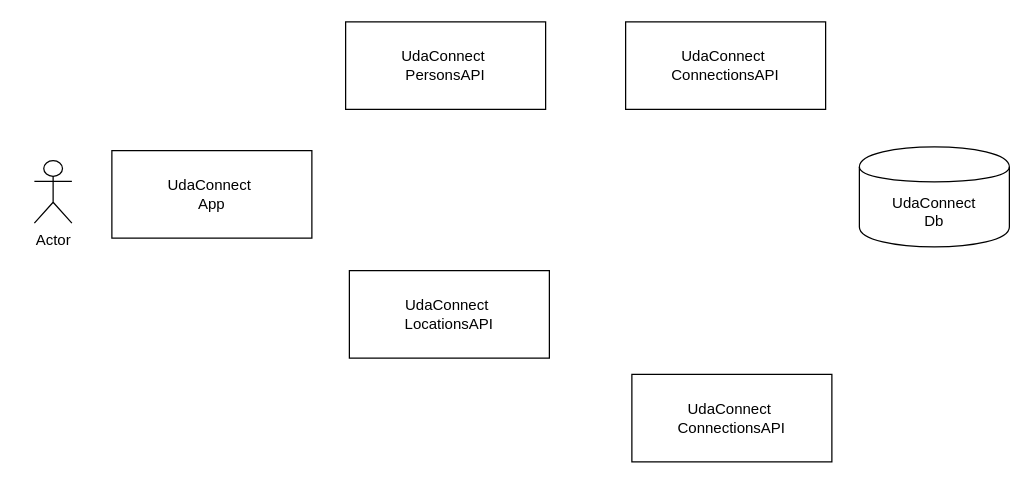
The draw.io diagram docs/architecture_design.drawio in NohaSalah/nd064-c2-message-passing-projects-starter, before the edit. Source tidied: cells renumbered, new cells numbered last; positions are measured from the earlier drawing's top-left corner, leaving out a move shared by most shapes. Both pictures are drawn from the tidied source at 125%, with x=0, y=0 at pixel (34, 21).
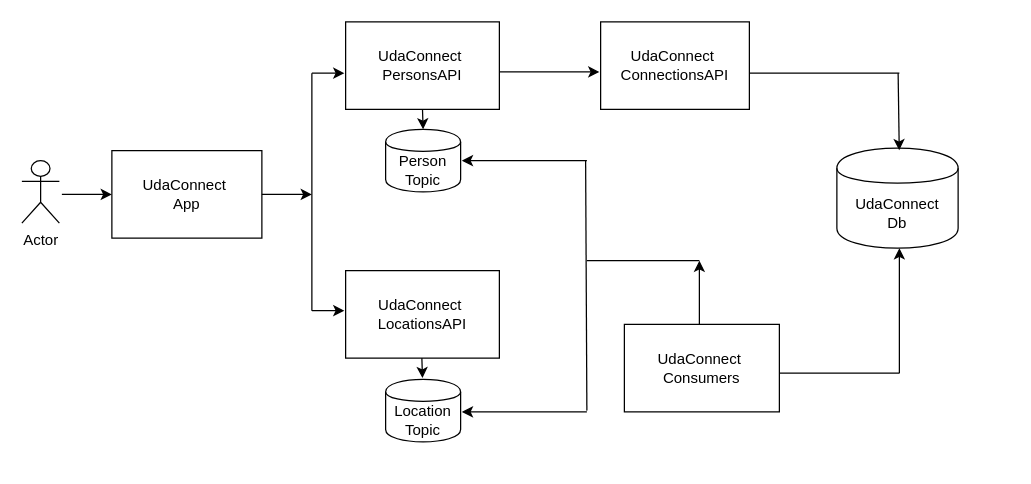
After the change.

Commit message:
arch design final

What changed in the source:
```diff
@@
     <mxCell id="2" value="Actor" style="shape=umlActor;verticalLabelPosition=bottom;verticalAlign=top;html=1;" parent="1" vertex="1">
-      <mxGeometry y="111" width="30" height="50" as="geometry" />
+      <mxGeometry x="-10" y="111" width="30" height="50" as="geometry" />
     </mxCell>
     <mxCell id="3" value="UdaConnect&amp;nbsp;&lt;br&gt;PersonsAPI" style="whiteSpace=wrap;html=1;" parent="1" vertex="1">
-      <mxGeometry x="249" width="160" height="70" as="geometry" />
+      <mxGeometry x="249" width="123" height="70" as="geometry" />
     </mxCell>
     <mxCell id="4" value="UdaConnect&amp;nbsp;&lt;br&gt;LocationsAPI" style="whiteSpace=wrap;html=1;" parent="1" vertex="1">
-      <mxGeometry x="252" y="199" width="160" height="70" as="geometry" />
+      <mxGeometry x="249" y="199" width="123" height="70" as="geometry" />
     </mxCell>
     <mxCell id="5" value="UdaConnect&amp;nbsp;&lt;br&gt;ConnectionsAPI" style="whiteSpace=wrap;html=1;" parent="1" vertex="1">
-      <mxGeometry x="473" width="160" height="70" as="geometry" />
+      <mxGeometry x="453" width="119" height="70" as="geometry" />
     </mxCell>
     <mxCell id="6" value="UdaConnect&amp;nbsp;&lt;br&gt;App" style="whiteSpace=wrap;html=1;" parent="1" vertex="1">
-      <mxGeometry x="62" y="103" width="160" height="70" as="geometry" />
+      <mxGeometry x="62" y="103" width="120" height="70" as="geometry" />
     </mxCell>
     <mxCell id="7" value="UdaConnect&lt;br&gt;Db" style="shape=cylinder;whiteSpace=wrap;html=1;boundedLbl=1;backgroundOutline=1;" parent="1" vertex="1">
-      <mxGeometry x="660" y="100" width="120" height="80" as="geometry" />
+      <mxGeometry x="642" y="101" width="97" height="80" as="geometry" />
     </mxCell>
-    <mxCell id="8" value="UdaConnect&amp;nbsp;&lt;br&gt;ConnectionsAPI" style="whiteSpace=wrap;html=1;" parent="1" vertex="1">
-      <mxGeometry x="478" y="282" width="160" height="70" as="geometry" />
+    <mxCell id="8" value="UdaConnect&amp;nbsp;&lt;br&gt;Consumers" style="whiteSpace=wrap;html=1;" parent="1" vertex="1">
+      <mxGeometry x="472" y="242" width="124" height="70" as="geometry" />
     </mxCell>
+    <mxCell id="9" style="endArrow=classic;html=1;exitX=1;exitY=0.5;exitDx=0;exitDy=0;" parent="1" edge="1" source="6">
+      <mxGeometry relative="1" as="geometry">
+        <mxPoint x="222" y="138" as="targetPoint" />
+      </mxGeometry>
+    </mxCell>
+    <mxCell id="10" style="endArrow=none;html=1;" parent="1" edge="1">
+      <mxGeometry relative="1" as="geometry">
+        <mxPoint x="222" y="231" as="sourcePoint" />
+        <mxPoint x="222" y="41" as="targetPoint" />
+      </mxGeometry>
+    </mxCell>
+    <mxCell id="11" style="endArrow=classic;html=1;" parent="1" edge="1">
+      <mxGeometry relative="1" as="geometry">
+        <mxPoint x="222" y="41" as="sourcePoint" />
+        <mxPoint x="248" y="41" as="targetPoint" />
+      </mxGeometry>
+    </mxCell>
+    <mxCell id="12" style="endArrow=classic;html=1;" parent="1" edge="1">
+      <mxGeometry relative="1" as="geometry">
+        <mxPoint x="222" y="231" as="sourcePoint" />
+        <mxPoint x="248" y="231" as="targetPoint" />
+      </mxGeometry>
+    </mxCell>
+    <mxCell id="13" style="endArrow=classic;html=1;exitX=1;exitY=0.5;exitDx=0;exitDy=0;" parent="1" edge="1">
+      <mxGeometry relative="1" as="geometry">
+        <mxPoint x="22" y="138" as="sourcePoint" />
+        <mxPoint x="62" y="138" as="targetPoint" />
+      </mxGeometry>
+    </mxCell>
+    <mxCell id="14" style="endArrow=classic;html=1;exitX=1;exitY=0.5;exitDx=0;exitDy=0;" parent="1" edge="1">
+      <mxGeometry relative="1" as="geometry">
+        <mxPoint x="372" y="40" as="sourcePoint" />
+        <mxPoint x="452" y="40" as="targetPoint" />
+      </mxGeometry>
+    </mxCell>
+    <mxCell id="15" style="endArrow=classic;html=1;entryX=0.449;entryY=0.021;entryDx=0;entryDy=0;entryPerimeter=0;" parent="1" edge="1">
+      <mxGeometry relative="1" as="geometry">
+        <mxPoint x="691" y="41" as="sourcePoint" />
+        <mxPoint x="691.9" y="102.7" as="targetPoint" />
+      </mxGeometry>
+    </mxCell>
+    <mxCell id="16" style="endArrow=none;html=1;" parent="1" edge="1">
+      <mxGeometry relative="1" as="geometry">
+        <mxPoint x="572" y="41" as="sourcePoint" />
+        <mxPoint x="692" y="41" as="targetPoint" />
+      </mxGeometry>
+    </mxCell>
+    <mxCell id="17" style="endArrow=none;html=1;" parent="1" edge="1">
+      <mxGeometry relative="1" as="geometry">
+        <mxPoint x="596" y="281" as="sourcePoint" />
+        <mxPoint x="692" y="281" as="targetPoint" />
+      </mxGeometry>
+    </mxCell>
+    <mxCell id="18" style="endArrow=classic;html=1;" parent="1" edge="1">
+      <mxGeometry relative="1" as="geometry">
+        <mxPoint x="692" y="281" as="sourcePoint" />
+        <mxPoint x="692" y="181" as="targetPoint" />
+      </mxGeometry>
+    </mxCell>
+    <mxCell id="19" value="Person&lt;br&gt;Topic" style="shape=cylinder;whiteSpace=wrap;html=1;boundedLbl=1;backgroundOutline=1;" parent="1" vertex="1">
+      <mxGeometry x="281" y="86" width="60" height="50" as="geometry" />
+    </mxCell>
+    <mxCell id="20" value="Location&lt;br&gt;Topic" style="shape=cylinder;whiteSpace=wrap;html=1;boundedLbl=1;backgroundOutline=1;" parent="1" vertex="1">
+      <mxGeometry x="281" y="286" width="60" height="50" as="geometry" />
+    </mxCell>
+    <mxCell id="21" style="endArrow=classic;html=1;entryX=0.5;entryY=0;entryDx=0;entryDy=0;" parent="1" edge="1" target="19">
+      <mxGeometry relative="1" as="geometry">
+        <mxPoint x="310.5" y="70" as="sourcePoint" />
+      </mxGeometry>
+    </mxCell>
+    <mxCell id="22" style="endArrow=classic;html=1;entryX=0.5;entryY=0;entryDx=0;entryDy=0;" parent="1" edge="1">
+      <mxGeometry relative="1" as="geometry">
+        <mxPoint x="310" y="269" as="sourcePoint" />
+        <mxPoint x="310.5" y="285" as="targetPoint" />
+      </mxGeometry>
+    </mxCell>
+    <mxCell id="23" style="endArrow=classic;html=1;" parent="1" edge="1">
+      <mxGeometry relative="1" as="geometry">
+        <mxPoint x="532" y="242" as="sourcePoint" />
+        <mxPoint x="532" y="191" as="targetPoint" />
+      </mxGeometry>
+    </mxCell>
+    <mxCell id="24" style="endArrow=none;html=1;" parent="1" edge="1">
+      <mxGeometry relative="1" as="geometry">
+        <mxPoint x="442" y="191" as="sourcePoint" />
+        <mxPoint x="532" y="191" as="targetPoint" />
+      </mxGeometry>
+    </mxCell>
+    <mxCell id="25" style="endArrow=none;html=1;" parent="1" edge="1">
+      <mxGeometry relative="1" as="geometry">
+        <mxPoint x="442" y="311" as="sourcePoint" />
+        <mxPoint x="441" y="111" as="targetPoint" />
+      </mxGeometry>
+    </mxCell>
+    <mxCell id="26" style="endArrow=classic;html=1;" parent="1" edge="1">
+      <mxGeometry relative="1" as="geometry">
+        <mxPoint x="442" y="111" as="sourcePoint" />
+        <mxPoint x="342" y="111" as="targetPoint" />
+      </mxGeometry>
+    </mxCell>
+    <mxCell id="27" style="endArrow=classic;html=1;" parent="1" edge="1">
+      <mxGeometry relative="1" as="geometry">
+        <mxPoint x="442" y="312" as="sourcePoint" />
+        <mxPoint x="342" y="312" as="targetPoint" />
+      </mxGeometry>
+    </mxCell>
```
